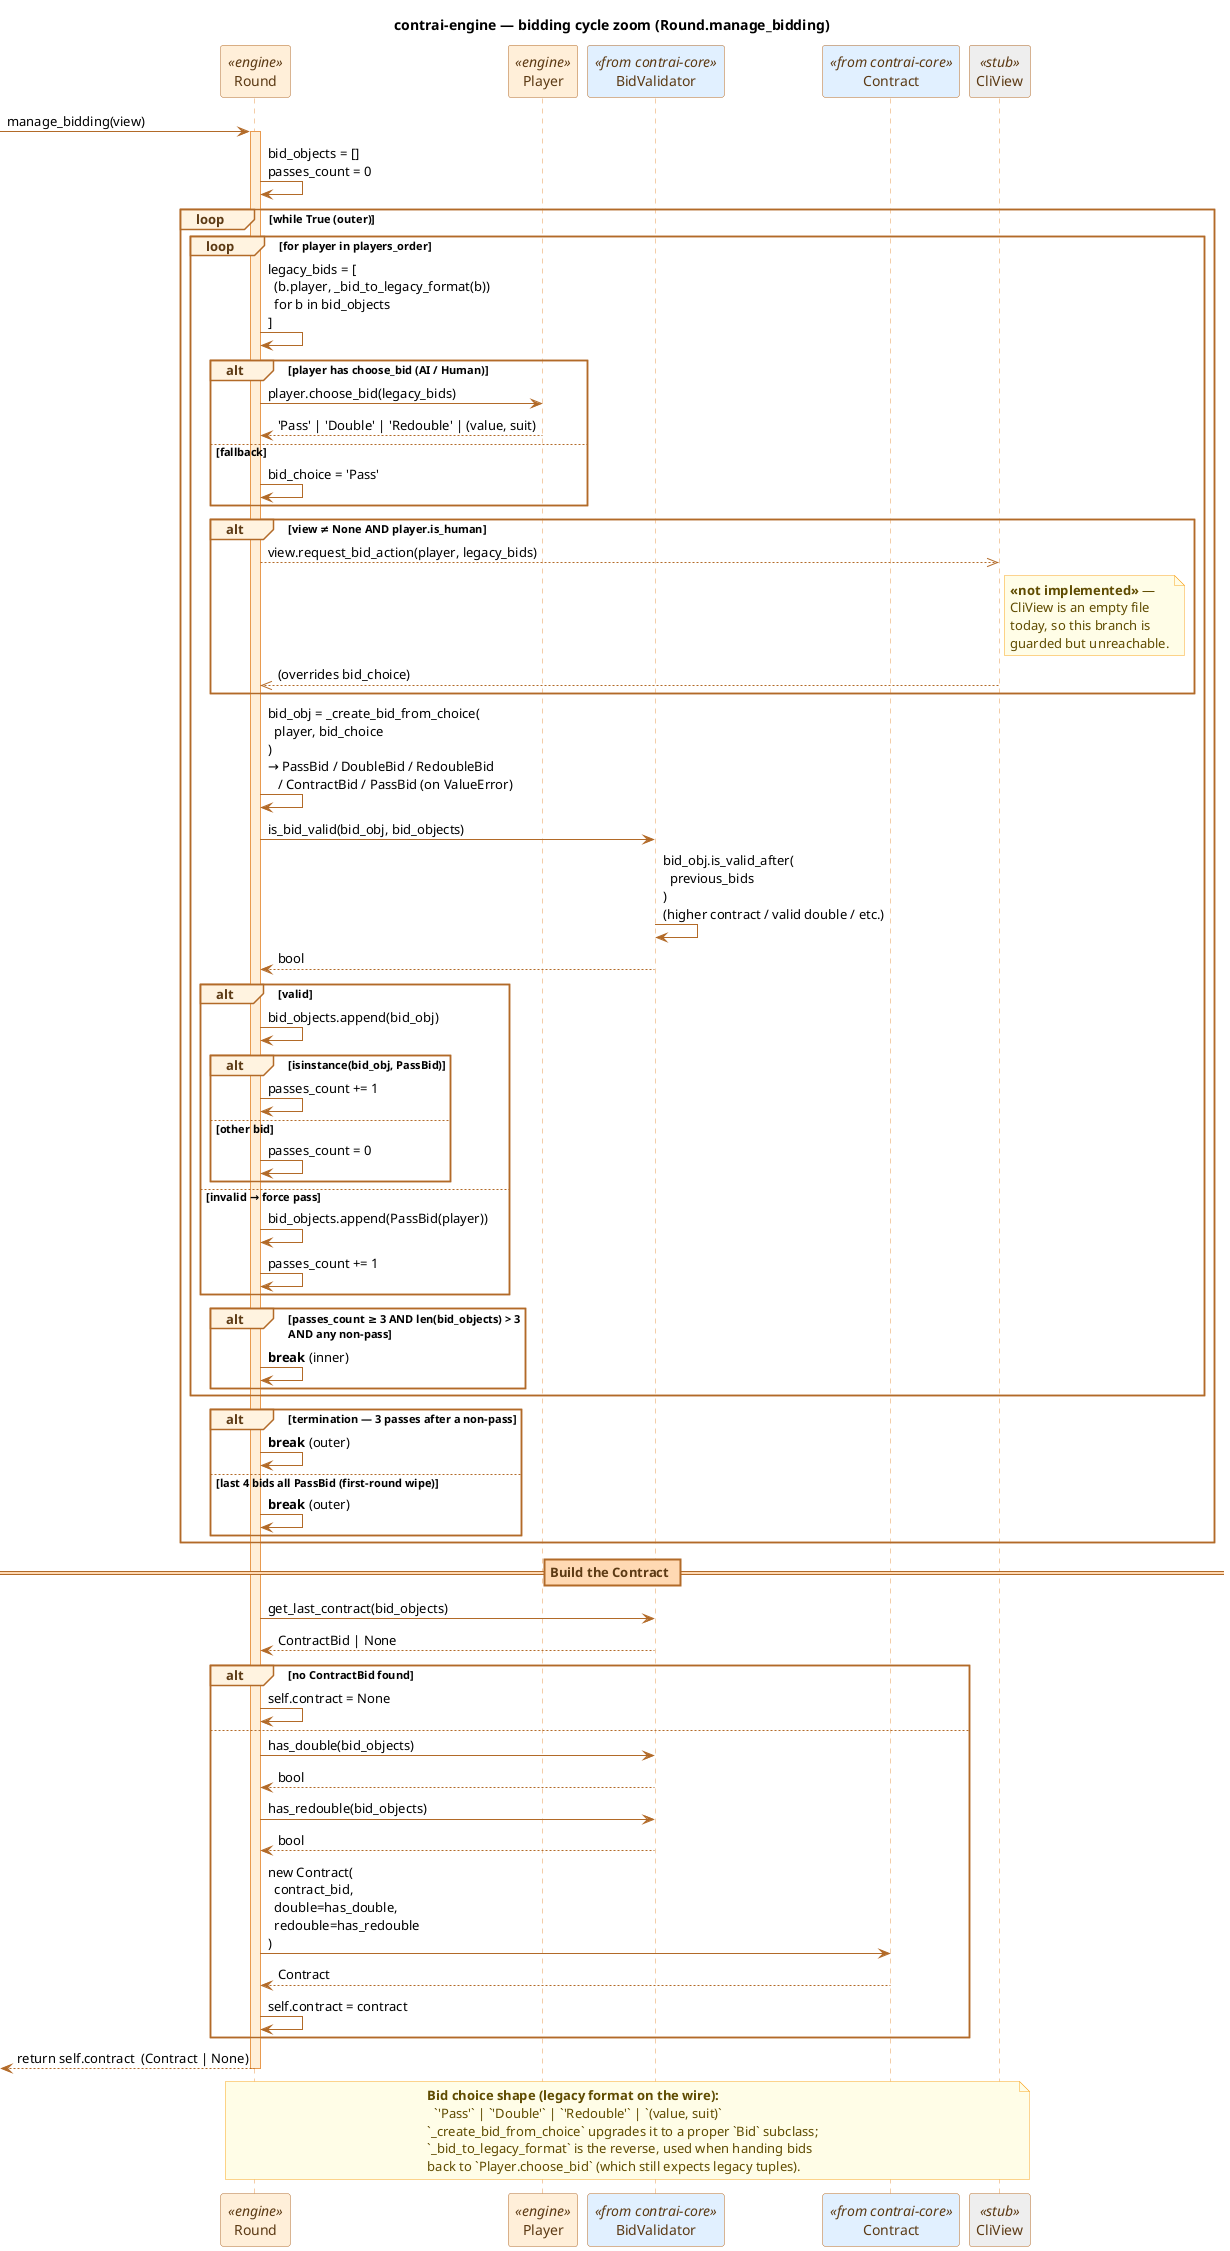
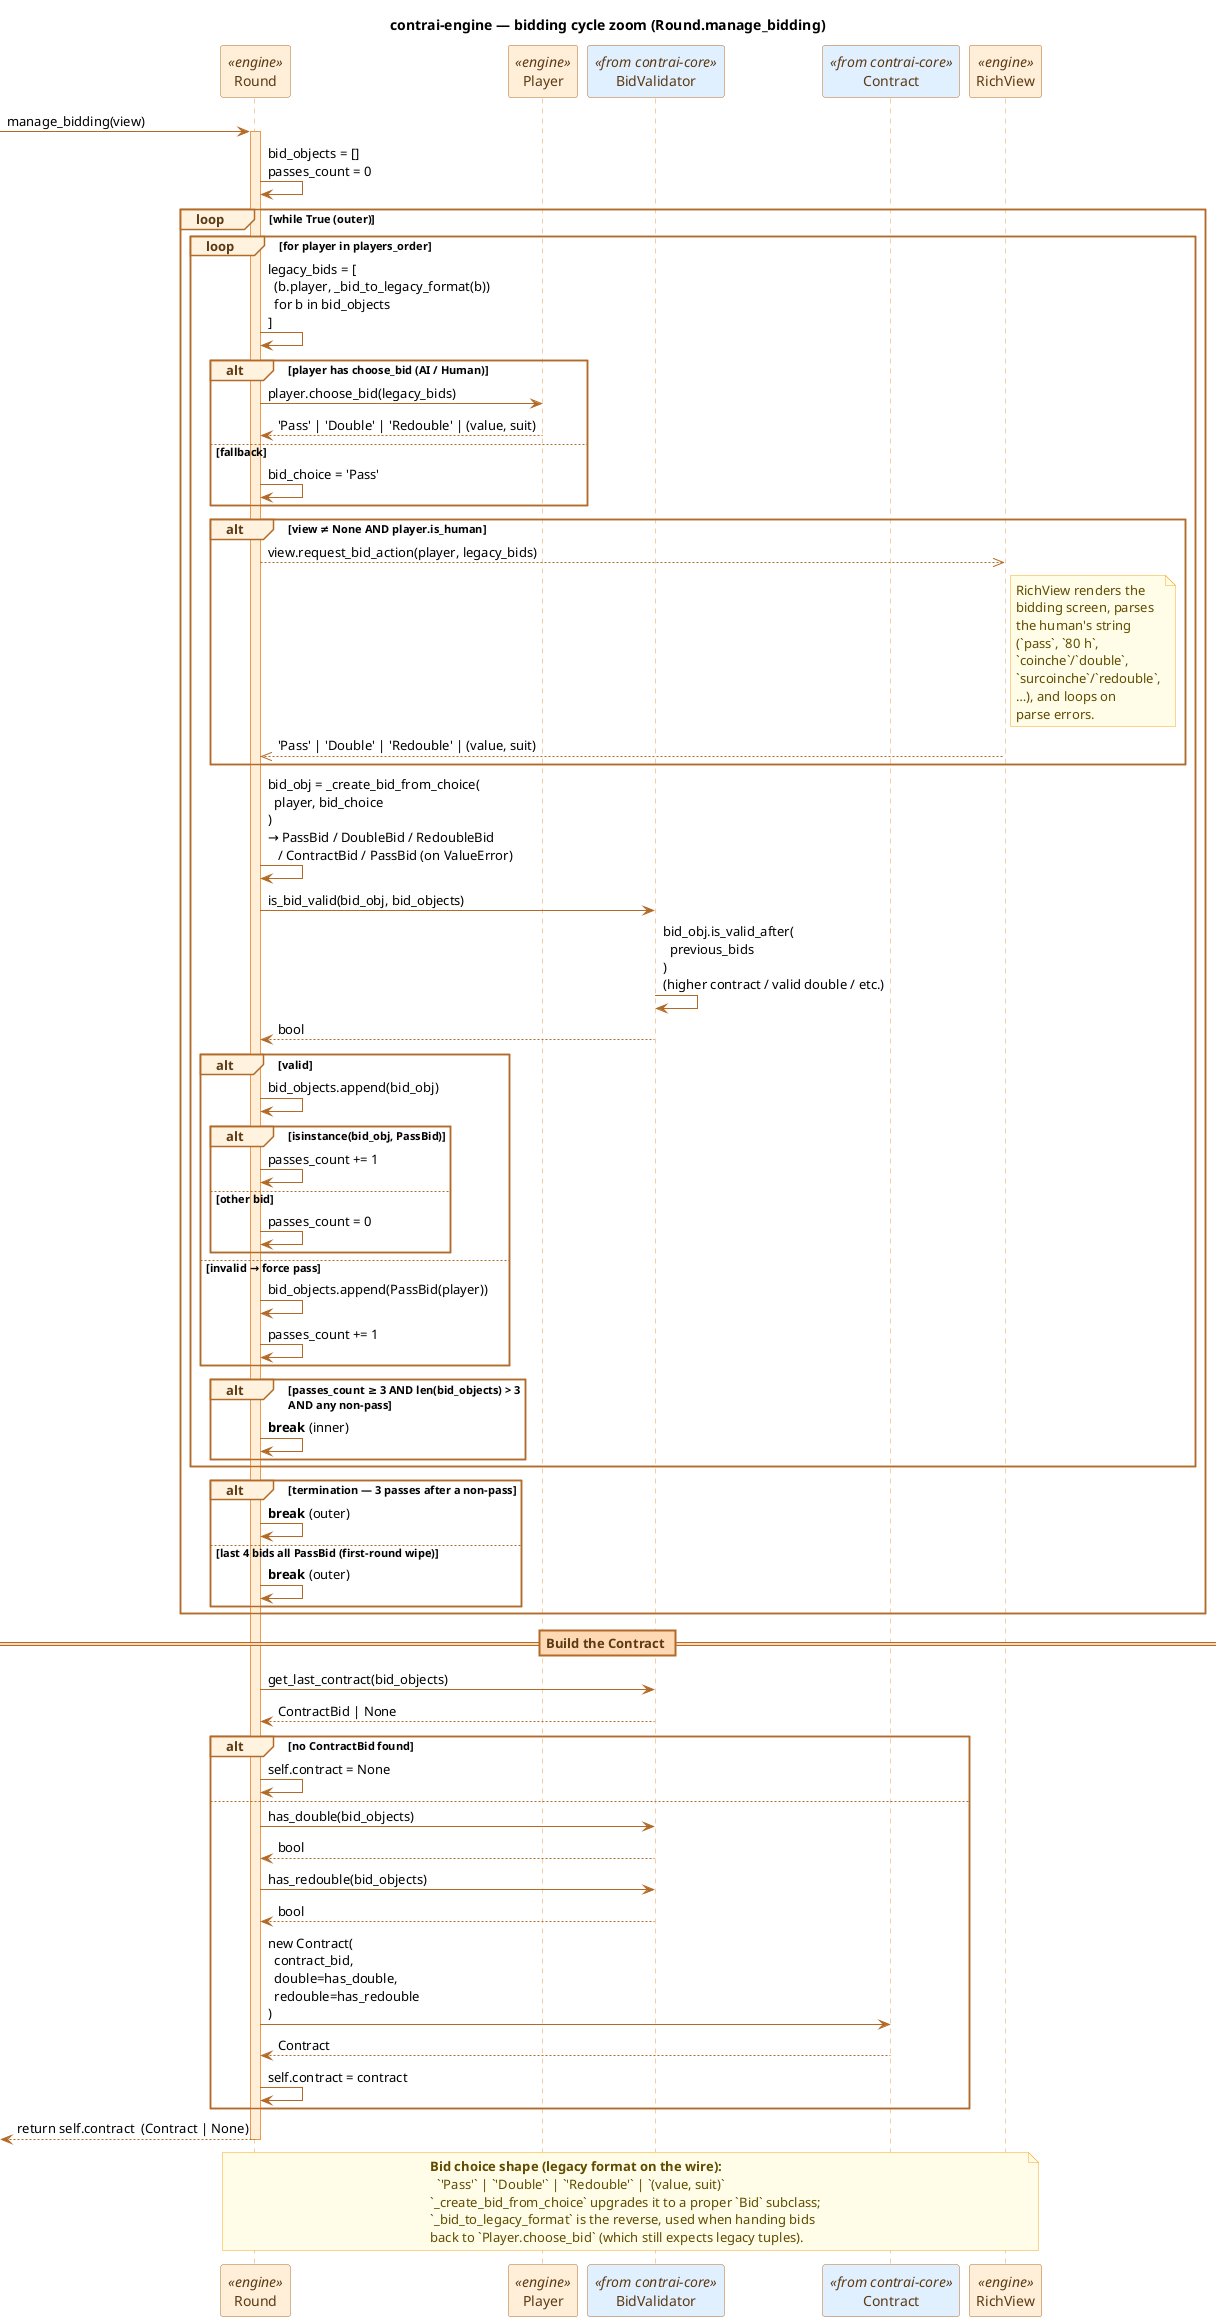
@startuml seq_bidding
title contrai-engine — bidding cycle zoom (Round.manage_bidding)

' --- Palette: engine orange, grey for stub paths, blue for core types ---
skinparam shadowing false
skinparam sequence {
    ArrowColor #B26A28
    LifeLineBorderColor #E89A4F
    LifeLineBackgroundColor #FFEFD9
    ParticipantBorderColor #B26A28
    ParticipantBackgroundColor #FFEFD9
    ParticipantFontColor #5C3A14
    ActorBorderColor #B26A28
    ActorBackgroundColor #FFEFD9
    ActorFontColor #5C3A14
    GroupBorderColor #B26A28
    GroupBackgroundColor #FFF3E0
    GroupHeaderFontColor #5C3A14
    BoxBorderColor #B26A28
    BoxBackgroundColor #FFF3E0
    DividerBorderColor #B26A28
    DividerBackgroundColor #FFD9B3
    DividerFontColor #5C3A14
}
skinparam note {
    BackgroundColor #FFFDE7
    BorderColor #F9A825
    FontColor #5F4B00
}

participant "Round" as R <<engine>>
participant "Player" as P <<engine>>
participant "BidValidator" as BV <<from contrai-core>> #E1F0FF
participant "Contract" as CT <<from contrai-core>> #E1F0FF
- participant "CliView" as V <<stub>> #EEEEEE
+ participant "RichView" as V <<engine>>

[-> R : manage_bidding(view)
activate R

R -> R : bid_objects = []\npasses_count = 0

loop **while True** (outer)

    loop **for player in players_order**

        R -> R : legacy_bids = [\n  (b.player, _bid_to_legacy_format(b))\n  for b in bid_objects\n]

        alt player has choose_bid (AI / Human)
            R -> P : player.choose_bid(legacy_bids)
            P --> R : 'Pass' | 'Double' | 'Redouble' | (value, suit)
        else fallback
            R -> R : bid_choice = 'Pass'
        end

        alt view ≠ None AND player.is_human
            R -->> V : view.request_bid_action(player, legacy_bids)
            note right of V
-               **<<not implemented>>** —
-               CliView is an empty file
-               today, so this branch is
-               guarded but unreachable.
+               RichView renders the
+               bidding screen, parses
+               the human's string
+               (`pass`, `80 h`,
+               `coinche`/`double`,
+               `surcoinche`/`redouble`,
+               …), and loops on
+               parse errors.
            end note
-             V -->> R : (overrides bid_choice)
+             V -->> R : 'Pass' | 'Double' | 'Redouble' | (value, suit)
        end

        R -> R : bid_obj = _create_bid_from_choice(\n  player, bid_choice\n)\n→ PassBid / DoubleBid / RedoubleBid\n   / ContractBid / PassBid (on ValueError)

        R -> BV : is_bid_valid(bid_obj, bid_objects)
        BV -> BV : bid_obj.is_valid_after(\n  previous_bids\n)\n(higher contract / valid double / etc.)
        BV --> R : bool

        alt valid
            R -> R : bid_objects.append(bid_obj)
            alt isinstance(bid_obj, PassBid)
                R -> R : passes_count += 1
            else other bid
                R -> R : passes_count = 0
            end
        else invalid → force pass
            R -> R : bid_objects.append(PassBid(player))
            R -> R : passes_count += 1
        end

        alt passes_count ≥ 3 AND len(bid_objects) > 3\nAND any non-pass
            R -> R : **break** (inner)
        end

    end

    alt termination — 3 passes after a non-pass
        R -> R : **break** (outer)
    else last 4 bids all PassBid (first-round wipe)
        R -> R : **break** (outer)
    end

end

== Build the Contract ==

R -> BV : get_last_contract(bid_objects)
BV --> R : ContractBid | None

alt no ContractBid found
    R -> R : self.contract = None
else
    R -> BV : has_double(bid_objects)
    BV --> R : bool
    R -> BV : has_redouble(bid_objects)
    BV --> R : bool
    R -> CT : new Contract(\n  contract_bid,\n  double=has_double,\n  redouble=has_redouble\n)
    CT --> R : Contract
    R -> R : self.contract = contract
end

[<-- R : return self.contract  (Contract | None)
deactivate R

note over R, V
  **Bid choice shape (legacy format on the wire):**
    `'Pass'` | `'Double'` | `'Redouble'` | `(value, suit)`
  `_create_bid_from_choice` upgrades it to a proper `Bid` subclass;
  `_bid_to_legacy_format` is the reverse, used when handing bids
  back to `Player.choose_bid` (which still expects legacy tuples).
end note

@enduml
